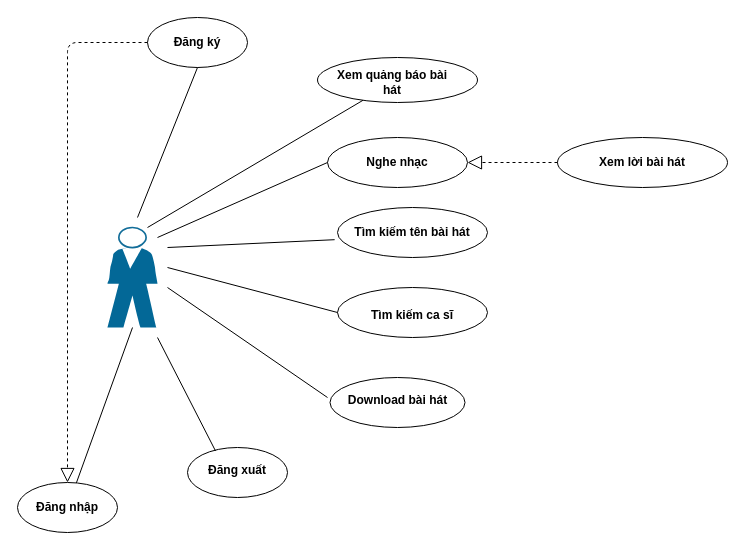
The draw.io diagram page "user" (1 of 2) of Untitled Diagram.drawio in pophuong2610/hello, before the edit. Source tidied: cells renumbered, new cells numbered last; positions are measured from the earlier drawing's top-left corner, leaving out a move shared by most shapes. Both pictures are drawn from the tidied source at 100%, with x=0, y=0 at pixel (17, 17).
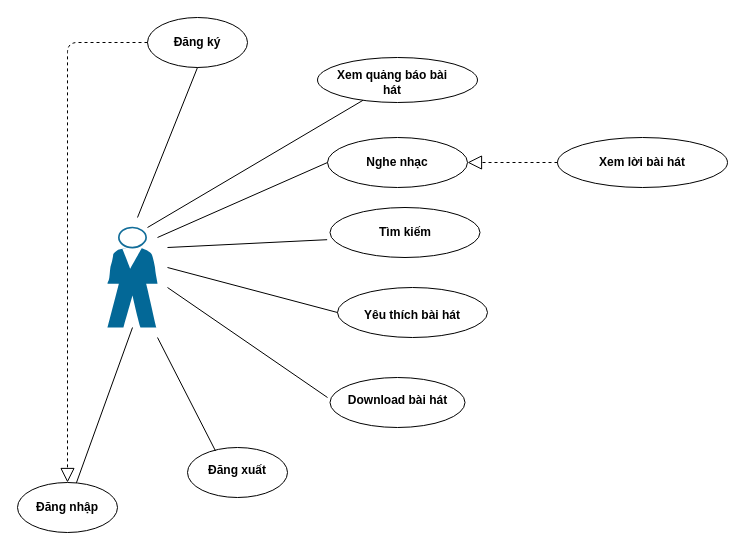
After the change.

What changed in the source:
```diff
@@
-    <mxCell id="10" style="ellipse;whiteSpace=wrap;html=1;" parent="1" vertex="1">
-      <mxGeometry x="320" y="190" width="150" height="50" as="geometry" />
+    <mxCell id="10" value="&lt;b&gt;Tìm kiếm&lt;/b&gt;" style="ellipse;whiteSpace=wrap;html=1;" parent="1" vertex="1">
+      <mxGeometry x="312.5" y="190" width="150" height="50" as="geometry" />
     </mxCell>
-    <mxCell id="11" value="&lt;b&gt;Tìm kiếm tên bài hát&lt;/b&gt;" style="text;html=1;strokeColor=none;fillColor=none;align=center;verticalAlign=middle;whiteSpace=wrap;rounded=0;" parent="1" vertex="1">
-      <mxGeometry x="330" y="207.5" width="130" height="15" as="geometry" />
-    </mxCell>
@@
-    <mxCell id="13" value="&lt;b&gt;Tìm kiếm ca sĩ&lt;/b&gt;" style="text;html=1;strokeColor=none;fillColor=none;align=center;verticalAlign=middle;whiteSpace=wrap;rounded=0;" parent="1" vertex="1">
+    <mxCell id="13" value="&lt;b&gt;Yêu thích bài hát&lt;/b&gt;" style="text;html=1;strokeColor=none;fillColor=none;align=center;verticalAlign=middle;whiteSpace=wrap;rounded=0;" parent="1" vertex="1">
       <mxGeometry x="330" y="290" width="130" height="15" as="geometry" />
     </mxCell>
```
